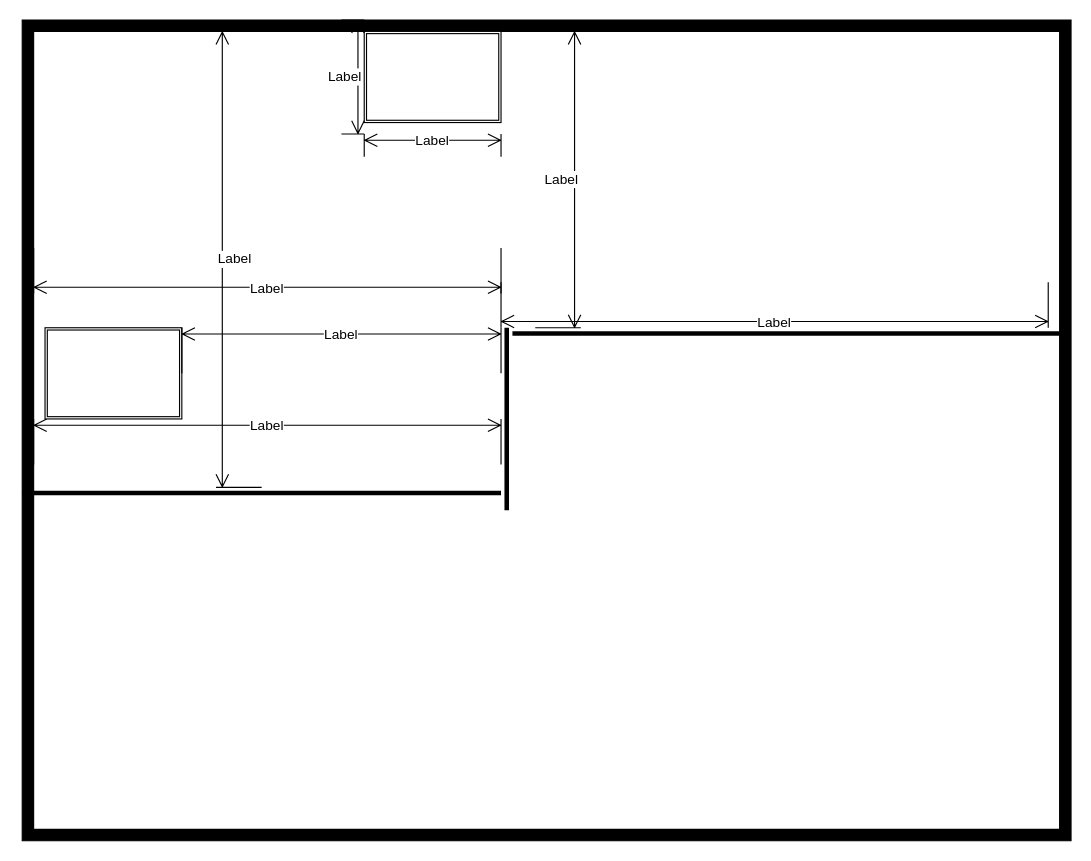
rgbaal/diagrams keeps this draw.io diagram as Garden1.drawio. Above is the earlier version. Source tidied: cells renumbered, new cells numbered last; positions are measured from the earlier drawing's top-left corner, leaving out a move shared by most shapes. Both pictures are drawn from the tidied source at 114%, with x=0, y=0 at pixel (22, 19).
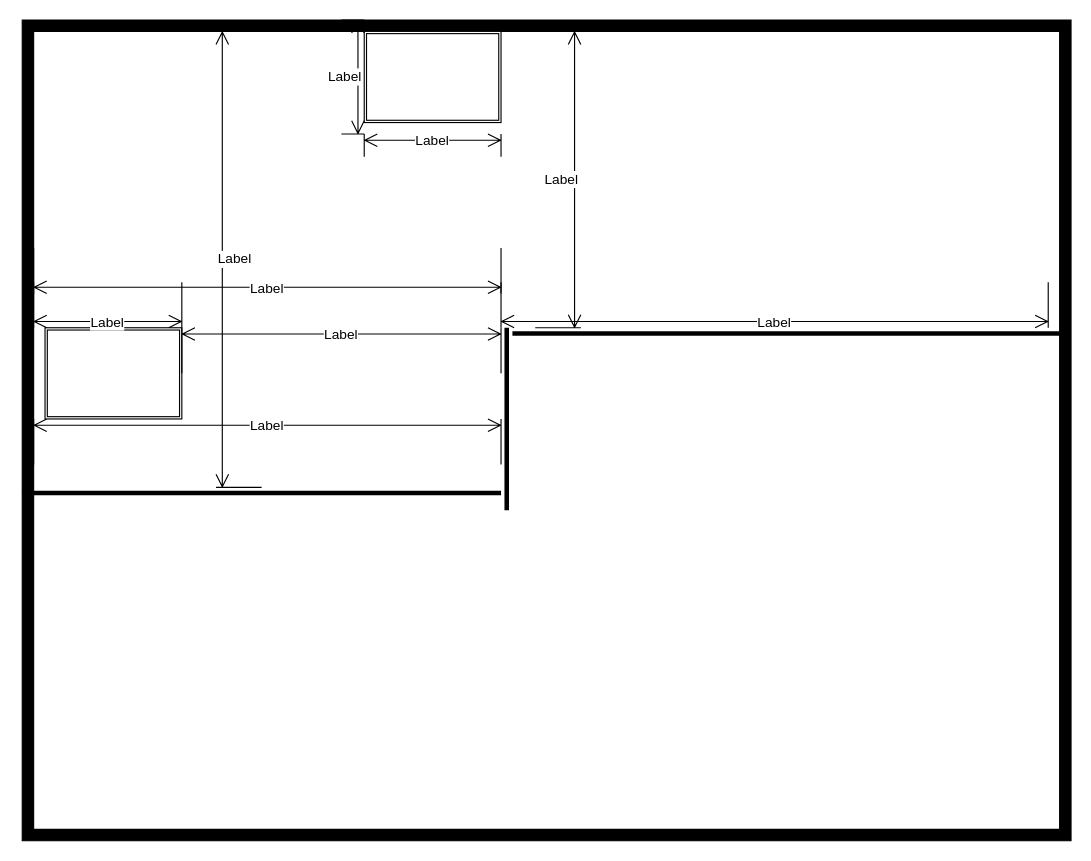
Above is the later version.

What changed in the source:
```diff
@@
 <mxGraphModel background="#ffffff">
   <root>
     <mxCell id="0" />
     <mxCell id="1" parent="0" />
     <mxCell id="2" style="verticalLabelPosition=bottom;html=1;verticalAlign=top;align=center;shape=mxgraph.floorplan.room;fillColor=#000000;" parent="1" vertex="1">
       <mxGeometry width="920" height="720" as="geometry" />
     </mxCell>
     <mxCell id="3" style="line;strokeWidth=4;html=1;perimeter=backbonePerimeter;" parent="1" vertex="1">
       <mxGeometry x="430" y="270" width="480" height="10" as="geometry" />
     </mxCell>
     <mxCell id="4" style="line;strokeWidth=4;direction=south;html=1;perimeter=backbonePerimeter;" parent="1" vertex="1">
       <mxGeometry x="420" y="270" width="10" height="160" as="geometry" />
     </mxCell>
     <mxCell id="5" style="line;strokeWidth=4;html=1;perimeter=backbonePerimeter;" parent="1" vertex="1">
       <mxGeometry y="410" width="420" height="10" as="geometry" />
     </mxCell>
     <mxCell id="6" value="Label" style="shape=dimension;direction=north;whiteSpace=wrap;html=1;align=right;verticalAlign=middle;labelBackgroundColor=#ffffff;" parent="1" vertex="1">
       <mxGeometry x="450" y="10" width="40" height="260" as="geometry" />
     </mxCell>
     <mxCell id="7" value="Label" style="shape=dimension;whiteSpace=wrap;html=1;align=center;verticalAlign=bottom;spacingBottom=-5;labelBackgroundColor=#ffffff;" parent="1" vertex="1">
       <mxGeometry x="420" y="230" width="480" height="40" as="geometry" />
     </mxCell>
     <mxCell id="8" value="Label" style="shape=dimension;direction=west;whiteSpace=wrap;html=1;align=center;verticalAlign=top;spacingTop=-8;labelBackgroundColor=#ffffff;" parent="1" vertex="1">
       <mxGeometry x="10" y="350" width="410" height="40" as="geometry" />
     </mxCell>
     <mxCell id="9" style="shape=ext;double=1;rounded=0;whiteSpace=wrap;html=1;" parent="1" vertex="1">
       <mxGeometry x="20" y="270" width="120" height="80" as="geometry" />
     </mxCell>
     <mxCell id="10" value="Label" style="shape=dimension;direction=west;whiteSpace=wrap;html=1;align=center;verticalAlign=top;spacingTop=-8;labelBackgroundColor=#ffffff;" parent="1" vertex="1">
       <mxGeometry x="140" y="270" width="280" height="40" as="geometry" />
     </mxCell>
     <mxCell id="11" value="Label" style="shape=dimension;direction=south;whiteSpace=wrap;html=1;align=left;verticalAlign=middle;labelBackgroundColor=#ffffff;" parent="1" vertex="1">
       <mxGeometry x="170" y="10" width="40" height="400" as="geometry" />
     </mxCell>
     <mxCell id="12" value="Label" style="shape=dimension;whiteSpace=wrap;html=1;align=center;verticalAlign=bottom;spacingBottom=-5;labelBackgroundColor=#ffffff;" parent="1" vertex="1">
       <mxGeometry x="10" y="200" width="410" height="40" as="geometry" />
     </mxCell>
     <mxCell id="13" style="shape=ext;double=1;rounded=0;whiteSpace=wrap;html=1;" parent="1" vertex="1">
       <mxGeometry x="300" y="10" width="120" height="80" as="geometry" />
     </mxCell>
     <mxCell id="14" value="Label" style="shape=dimension;direction=north;whiteSpace=wrap;html=1;align=right;verticalAlign=middle;labelBackgroundColor=#ffffff;" parent="1" vertex="1">
       <mxGeometry x="280" width="20" height="100" as="geometry" />
     </mxCell>
     <mxCell id="15" value="Label" style="shape=dimension;direction=west;whiteSpace=wrap;html=1;align=center;verticalAlign=top;spacingTop=-8;labelBackgroundColor=#ffffff;" parent="1" vertex="1">
       <mxGeometry x="300" y="100" width="120" height="20" as="geometry" />
     </mxCell>
+    <mxCell id="16" value="Label" style="shape=dimension;whiteSpace=wrap;html=1;align=center;verticalAlign=bottom;spacingBottom=-5;labelBackgroundColor=#ffffff;" parent="1" vertex="1">
+      <mxGeometry x="10" y="230" width="130" height="40" as="geometry" />
+    </mxCell>
   </root>
 </mxGraphModel>
```
